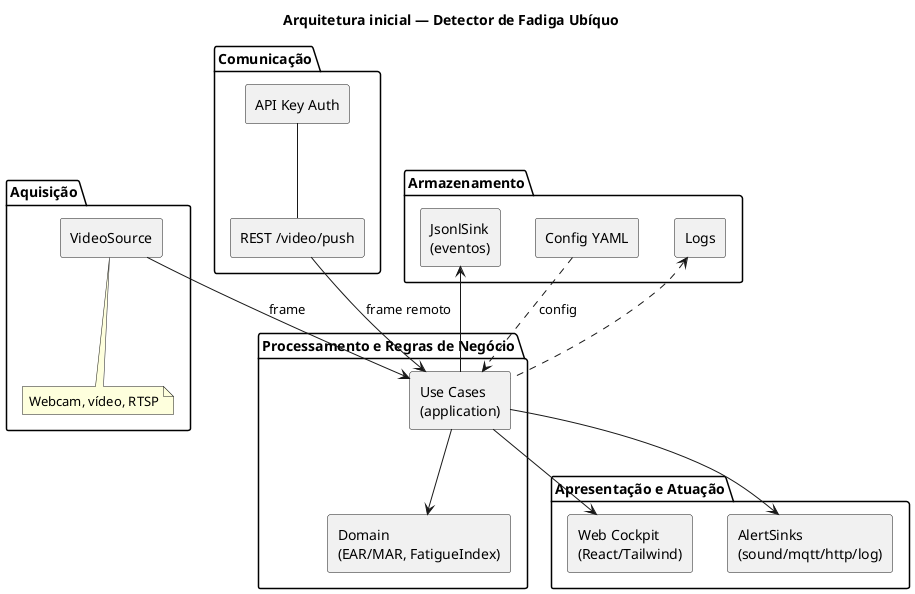
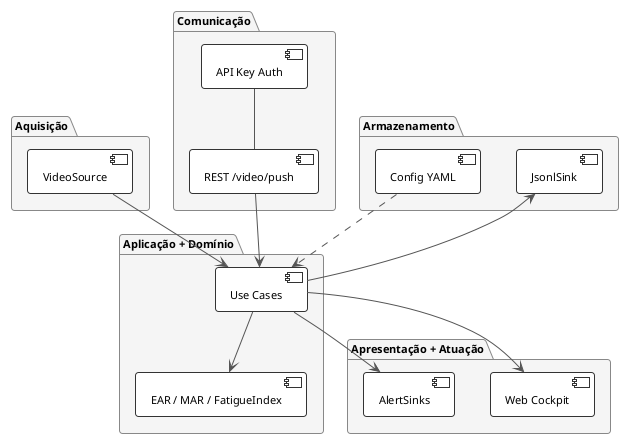
@startuml
- title Arquitetura inicial — Detector de Fadiga Ubíquo
+ !theme plain
+ skinparam shadowing false
+ skinparam roundCorner 6
+ skinparam defaultFontName "Helvetica"
+ skinparam defaultFontSize 11
+ skinparam ArrowColor #555555
+ skinparam ComponentBackgroundColor #FFFFFF
+ skinparam ComponentBorderColor #333333
+ skinparam PackageBackgroundColor #F5F5F5
+ skinparam PackageBorderColor #888888

- skinparam componentStyle rectangle
- skinparam shadowing false
- skinparam defaultFontName "Helvetica"
- 
- package "Aquisição" as L1 {
-   [VideoSource] as VS
-   note bottom of VS
-     Webcam, vídeo, RTSP
-   end note
+ package "Aquisição" {
+   [VideoSource]
}

- package "Comunicação" as L2 {
-   [REST /video/push] as REST
-   [API Key Auth] as Auth
+ package "Comunicação" {
+   [REST /video/push]
+   [API Key Auth]
}

- package "Processamento e Regras de Negócio" as L3 {
-   [Use Cases\n(application)] as UC
-   [Domain\n(EAR/MAR, FatigueIndex)] as DOM
+ package "Aplicação + Domínio" {
+   [Use Cases]
+   [EAR / MAR / FatigueIndex]
}

- package "Armazenamento" as L4 {
-   [JsonlSink\n(eventos)] as JS
-   [Config YAML] as YAML
-   [Logs] as LOG
+ package "Armazenamento" {
+   [JsonlSink]
+   [Config YAML]
}

- package "Apresentação e Atuação" as L5 {
-   [Web Cockpit\n(React/Tailwind)] as WEB
-   [AlertSinks\n(sound/mqtt/http/log)] as AS
+ package "Apresentação + Atuação" {
+   [Web Cockpit]
+   [AlertSinks]
}

- VS --> UC : frame
- REST --> UC : frame remoto
- Auth -- REST
- UC --> DOM
- UC --> JS
- UC --> AS
- UC --> WEB
- YAML ..> UC : config
- LOG <.. UC
- 
+ [VideoSource] --> [Use Cases]
+ [REST /video/push] --> [Use Cases]
+ [API Key Auth] -- [REST /video/push]
+ [Use Cases] --> [EAR / MAR / FatigueIndex]
+ [Use Cases] --> [JsonlSink]
+ [Use Cases] --> [AlertSinks]
+ [Use Cases] --> [Web Cockpit]
+ [Config YAML] ..> [Use Cases]
@enduml
